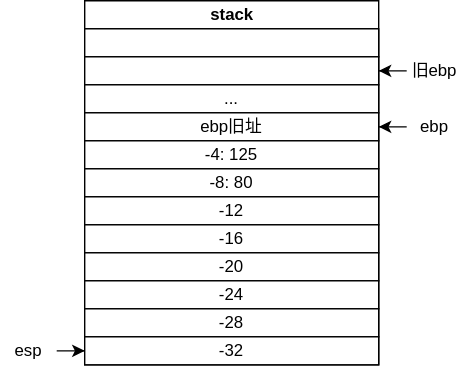
Earlier version of the draw.io export drawio/x86callFunc.drawio.svg (Stolorzs/Picgo). Source tidied: cells renumbered, new cells last; positions are measured from the earlier drawing's top-left corner, leaving out a move shared by most shapes.
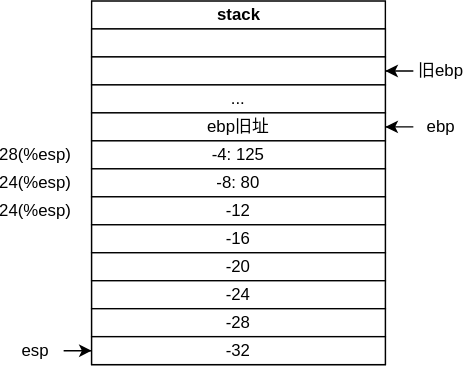
The same diagram one commit later.

Change to the diagram source:
```diff
@@ -59,5 +59,14 @@
     <mxCell id="20" value="旧ebp" style="text;html=1;align=center;verticalAlign=middle;whiteSpace=wrap;rounded=0;" parent="1" vertex="1">
       <mxGeometry x="290" y="40" width="40" height="20" as="geometry" />
     </mxCell>
+    <mxCell id="21" value="28(%esp)" style="text;html=1;align=center;verticalAlign=middle;whiteSpace=wrap;rounded=0;" parent="1" vertex="1">
+      <mxGeometry y="100" width="40" height="20" as="geometry" />
+    </mxCell>
+    <mxCell id="22" value="24(%esp)" style="text;html=1;align=center;verticalAlign=middle;whiteSpace=wrap;rounded=0;" parent="1" vertex="1">
+      <mxGeometry y="120" width="40" height="20" as="geometry" />
+    </mxCell>
+    <mxCell id="23" value="24(%esp)" style="text;html=1;align=center;verticalAlign=middle;whiteSpace=wrap;rounded=0;" parent="1" vertex="1">
+      <mxGeometry y="140" width="40" height="20" as="geometry" />
+    </mxCell>
   </root>
 </mxGraphModel>
```
